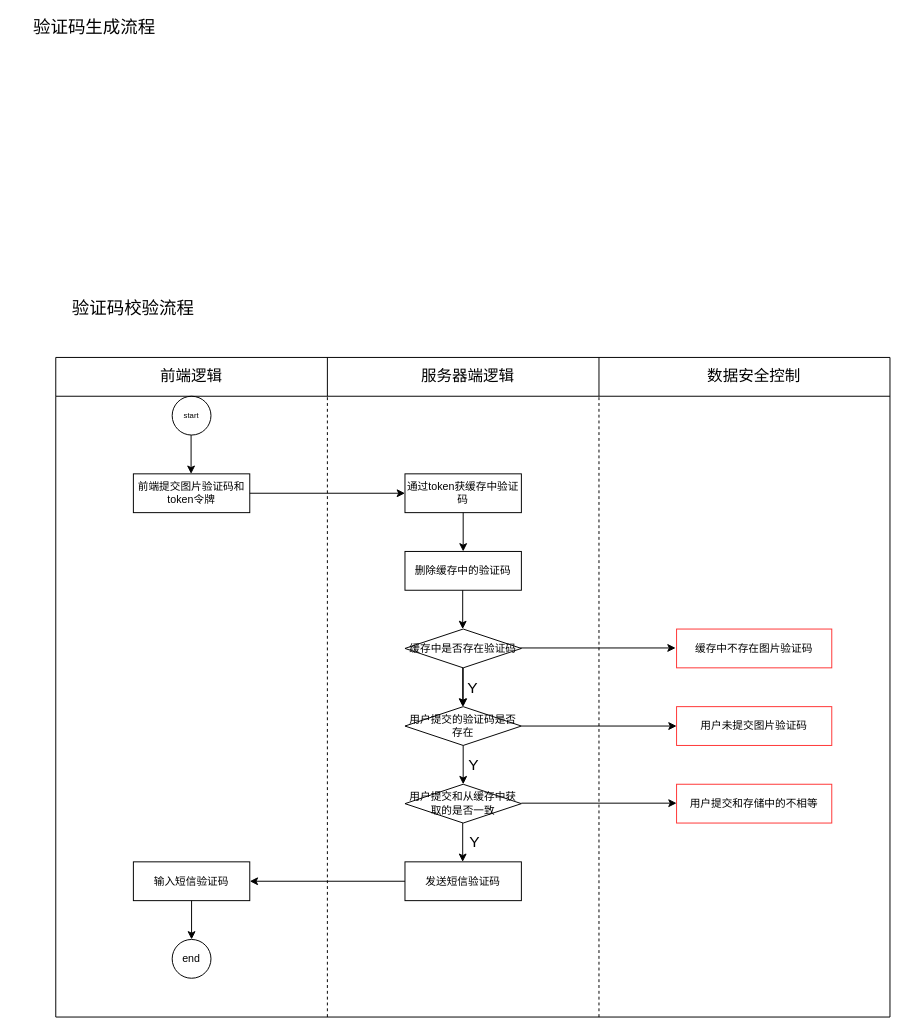
Above: 图片验证码验证流程.drawio in chenrushui/draw (draw.io), before the change. Source tidied: cells renumbered, new cells numbered last; positions are measured from the earlier drawing's top-left corner, leaving out a move shared by most shapes. Both pictures are drawn from the tidied source at 97%, with x=0, y=0 at pixel (16, 17).
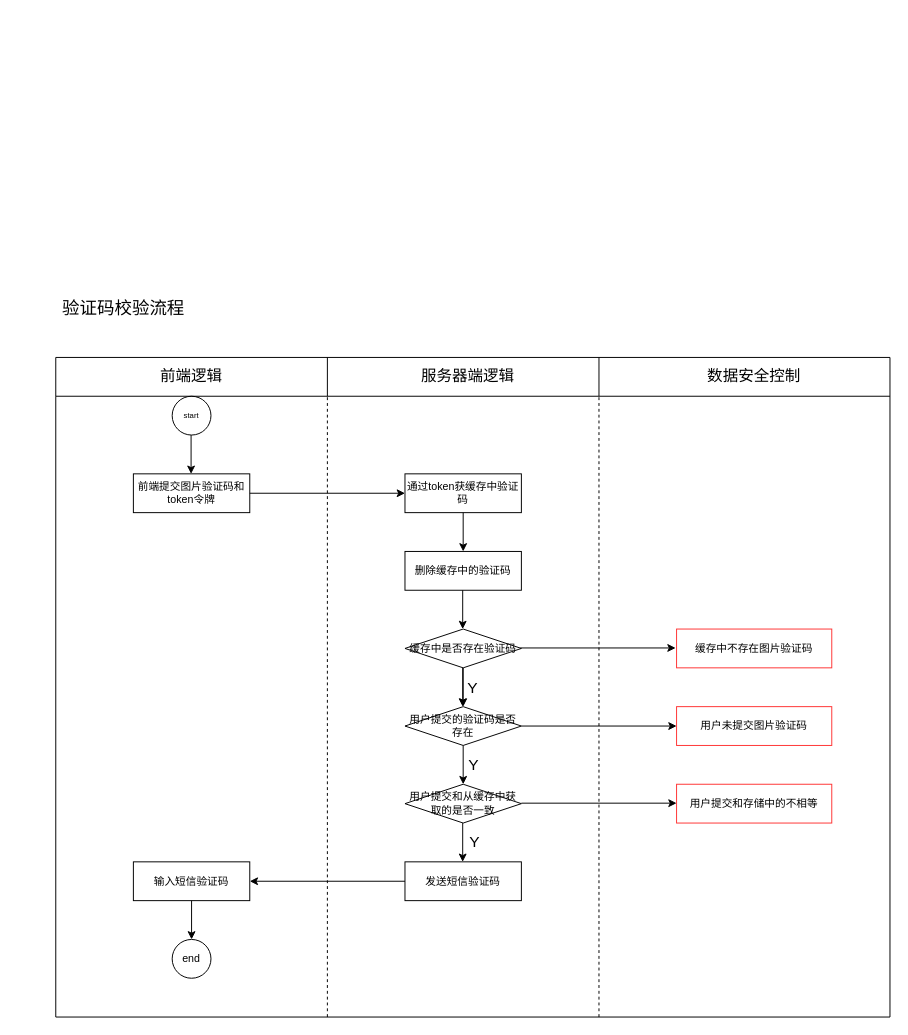
After the change.

Commit message (it also covers changes not shown here):
更新图片验证码验证流程.drawio

The edit, as a diff of the source:
```diff
@@
-    <mxCell id="2" value="验证码生成流程" style="text;html=1;strokeColor=none;fillColor=none;align=center;verticalAlign=middle;whiteSpace=wrap;rounded=0;fontSize=18;" parent="1" vertex="1">
-      <mxGeometry width="160" height="20" as="geometry" />
-    </mxCell>
     <mxCell id="3" value="验证码校验流程" style="text;html=1;strokeColor=none;fillColor=none;align=center;verticalAlign=middle;whiteSpace=wrap;rounded=0;fontSize=18;" parent="1" vertex="1">
-      <mxGeometry x="40" y="290" width="160" height="20" as="geometry" />
+      <mxGeometry x="30" y="290" width="160" height="20" as="geometry" />
     </mxCell>
```
